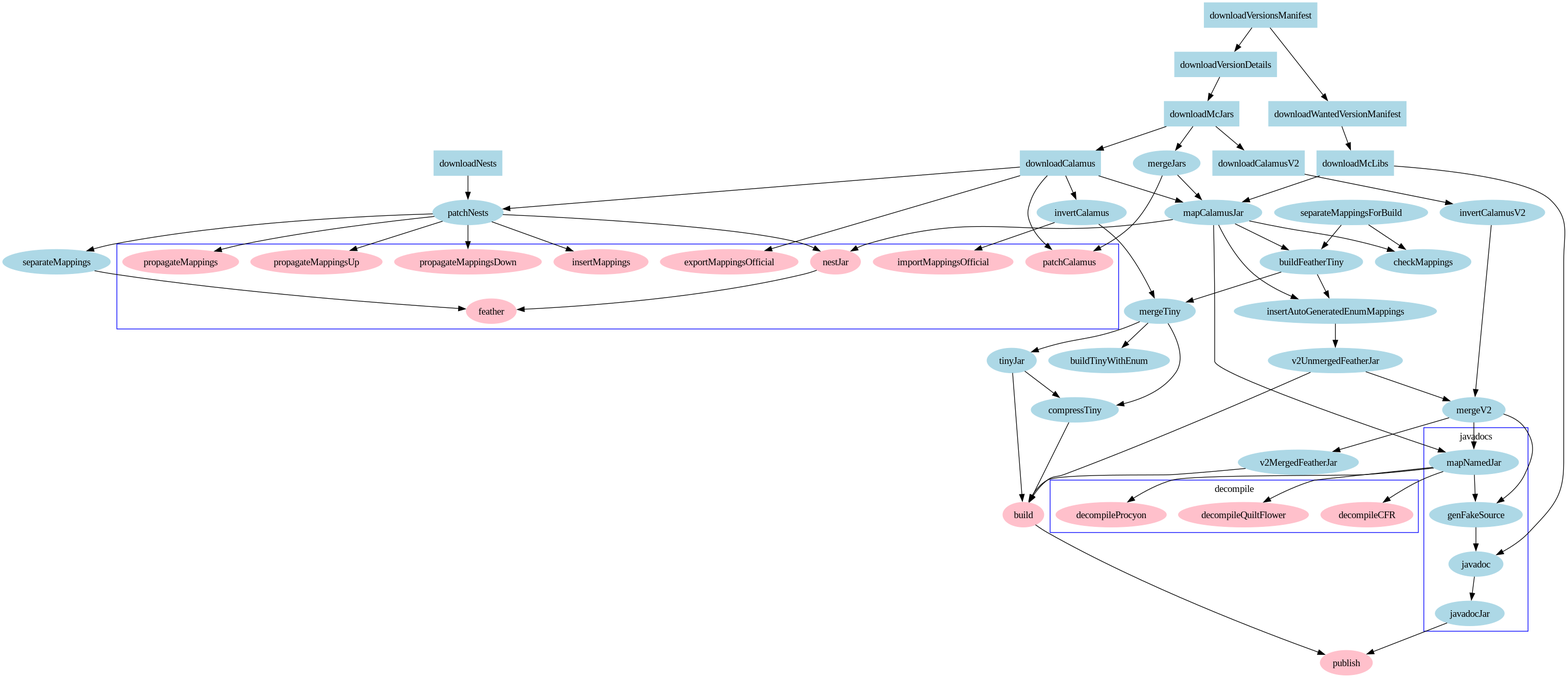
The Graphviz diagram tasks.png in OrnitheMC/feather-mappings, before a commit. Its source is kept beside it as tasks.dot.
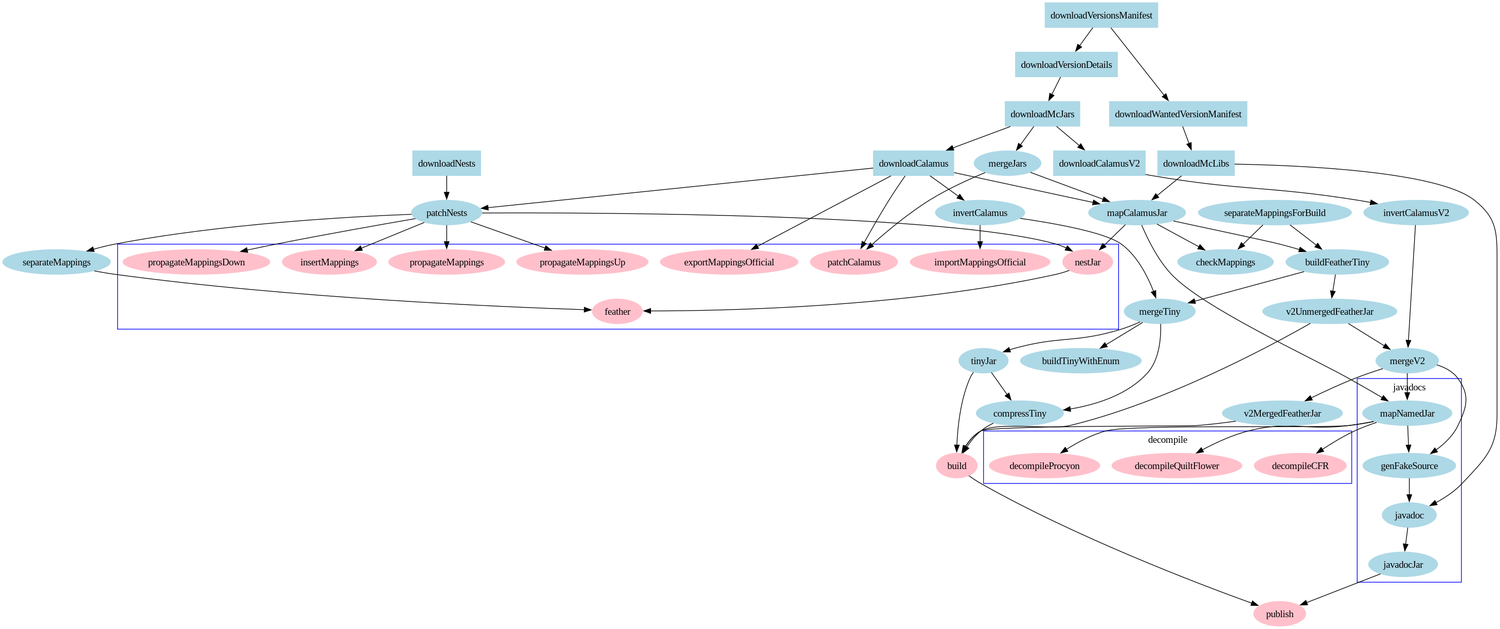
After the change.

Commit message:
Remove the `insertAutoGeneratedEnumMappings` gradle task

We remove this task in order to further simplify the gradle
buildscript.

Affected by this change are some enum field names, those that aren't in
the mappings already.

The edit, as a diff of the source:
```diff
@@ -70,13 +70,11 @@
         exportMappingsOfficial, patchCalamus;
     }
 
-    insertAutoGeneratedEnumMappings[color = lightblue];
-    buildFeatherTiny, mapCalamusJar -> insertAutoGeneratedEnumMappings;
+    buildFeatherTiny -> v2UnmergedFeatherJar;
 
     downloadVersionsManifest[color = lightblue, shape = rect];
 
     v2UnmergedFeatherJar[color = lightblue];
-    insertAutoGeneratedEnumMappings -> v2UnmergedFeatherJar;
 
     v2MergedFeatherJar[color = lightblue];
     mergeV2 -> v2MergedFeatherJar;
```
